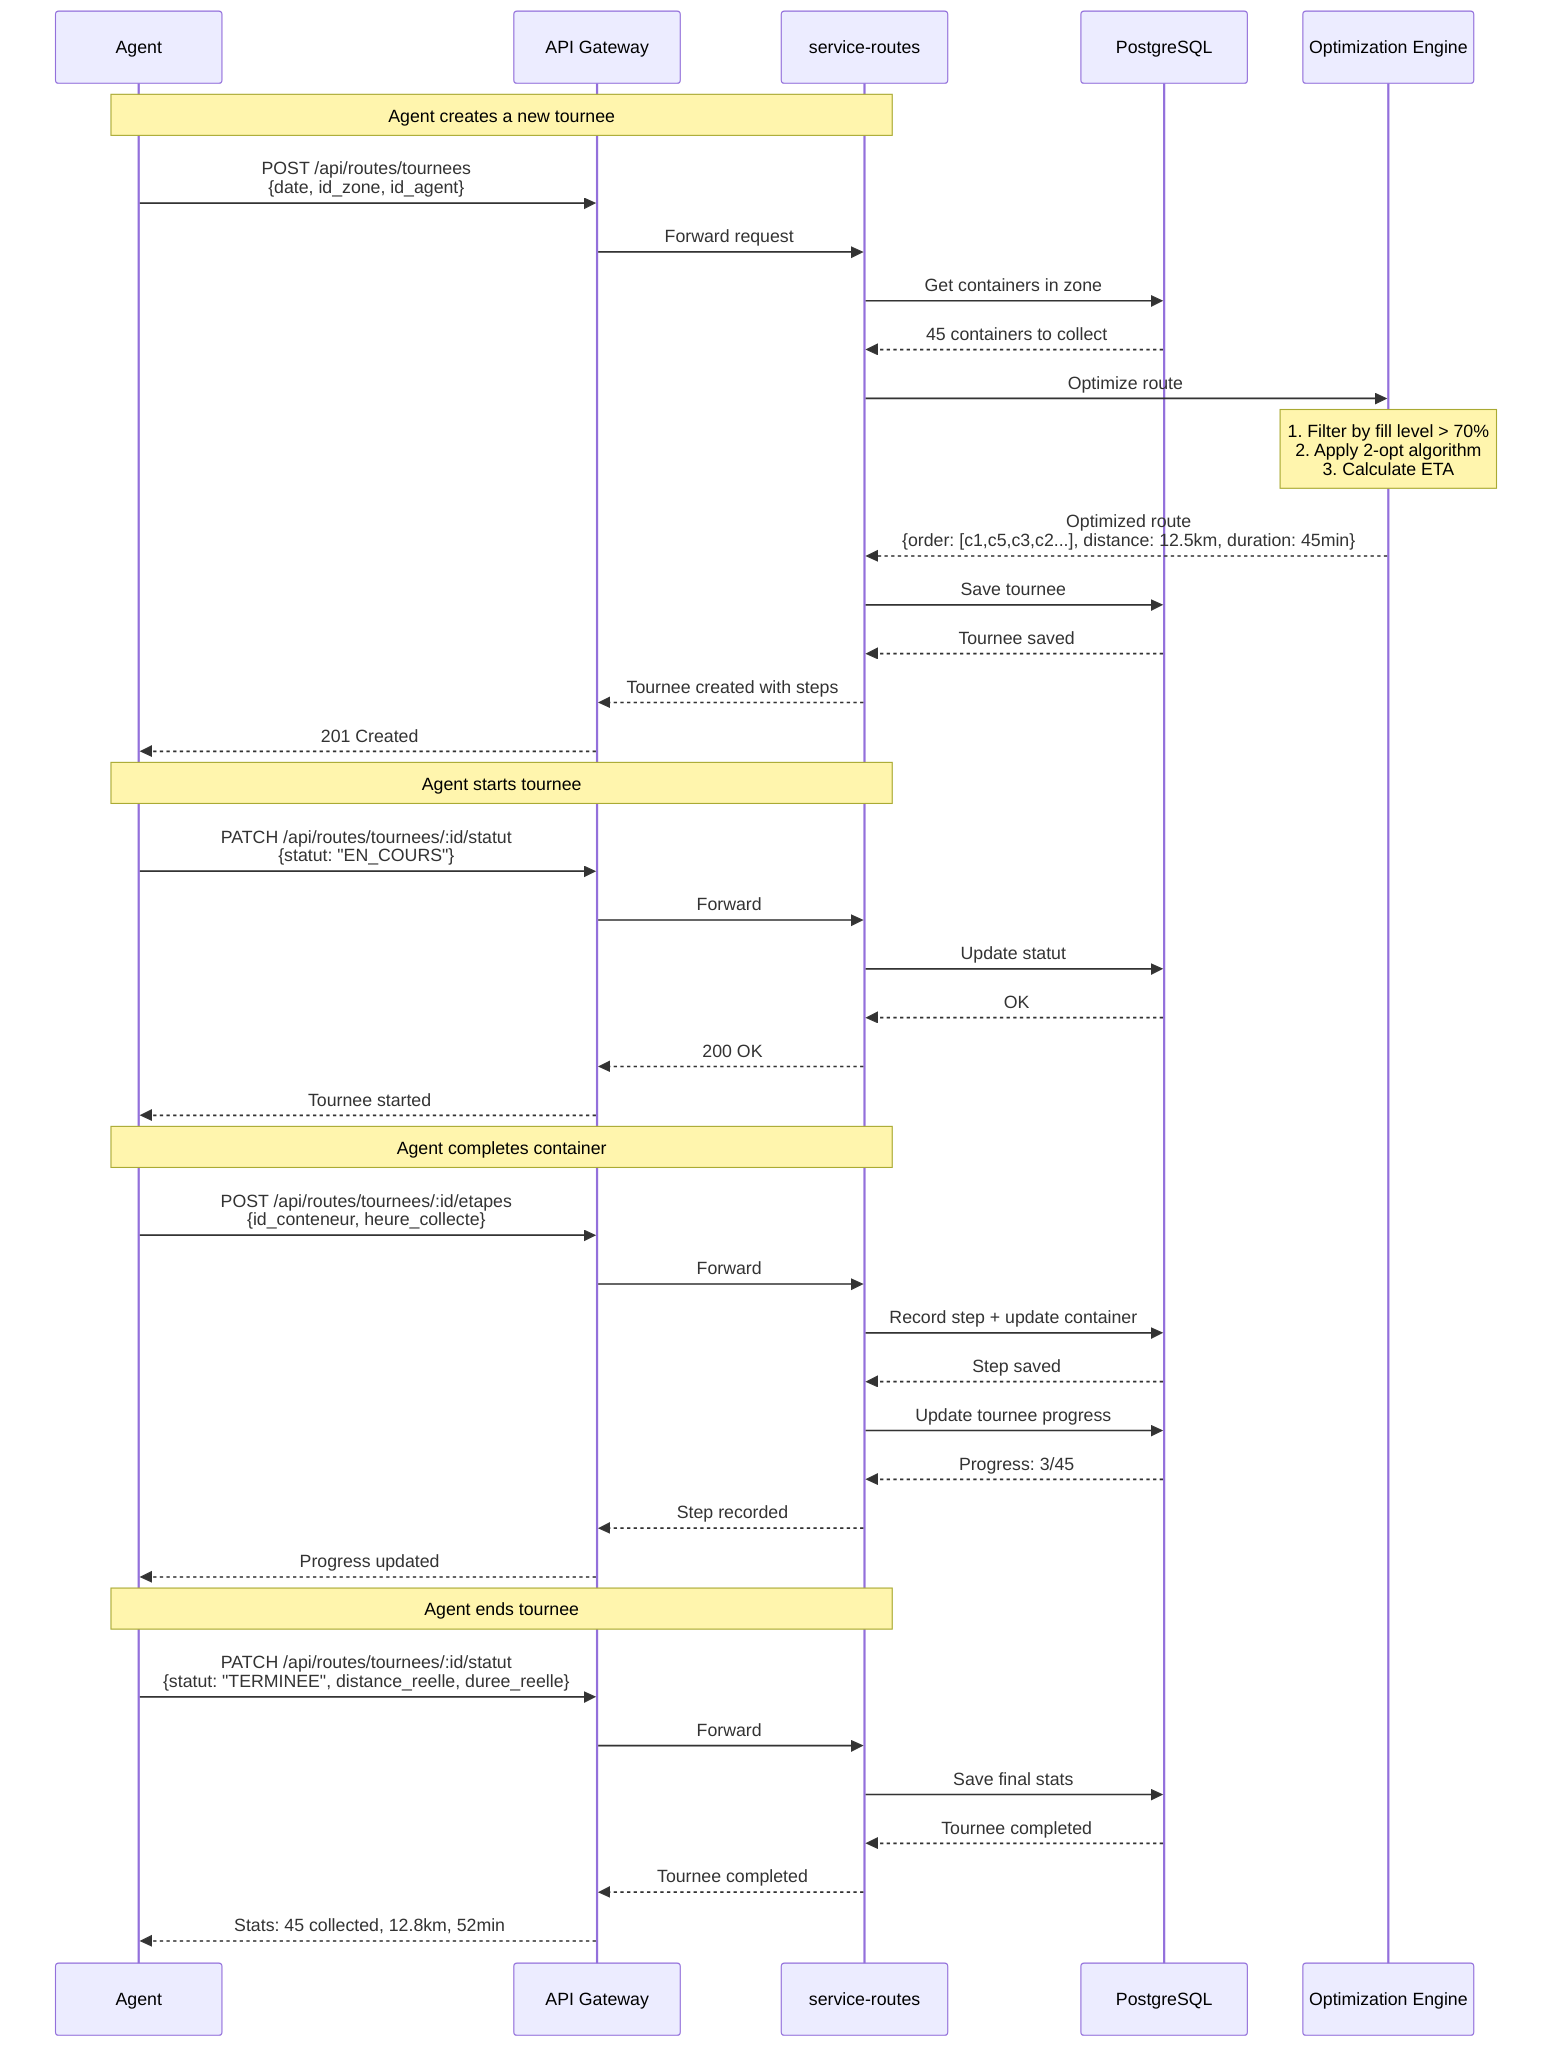
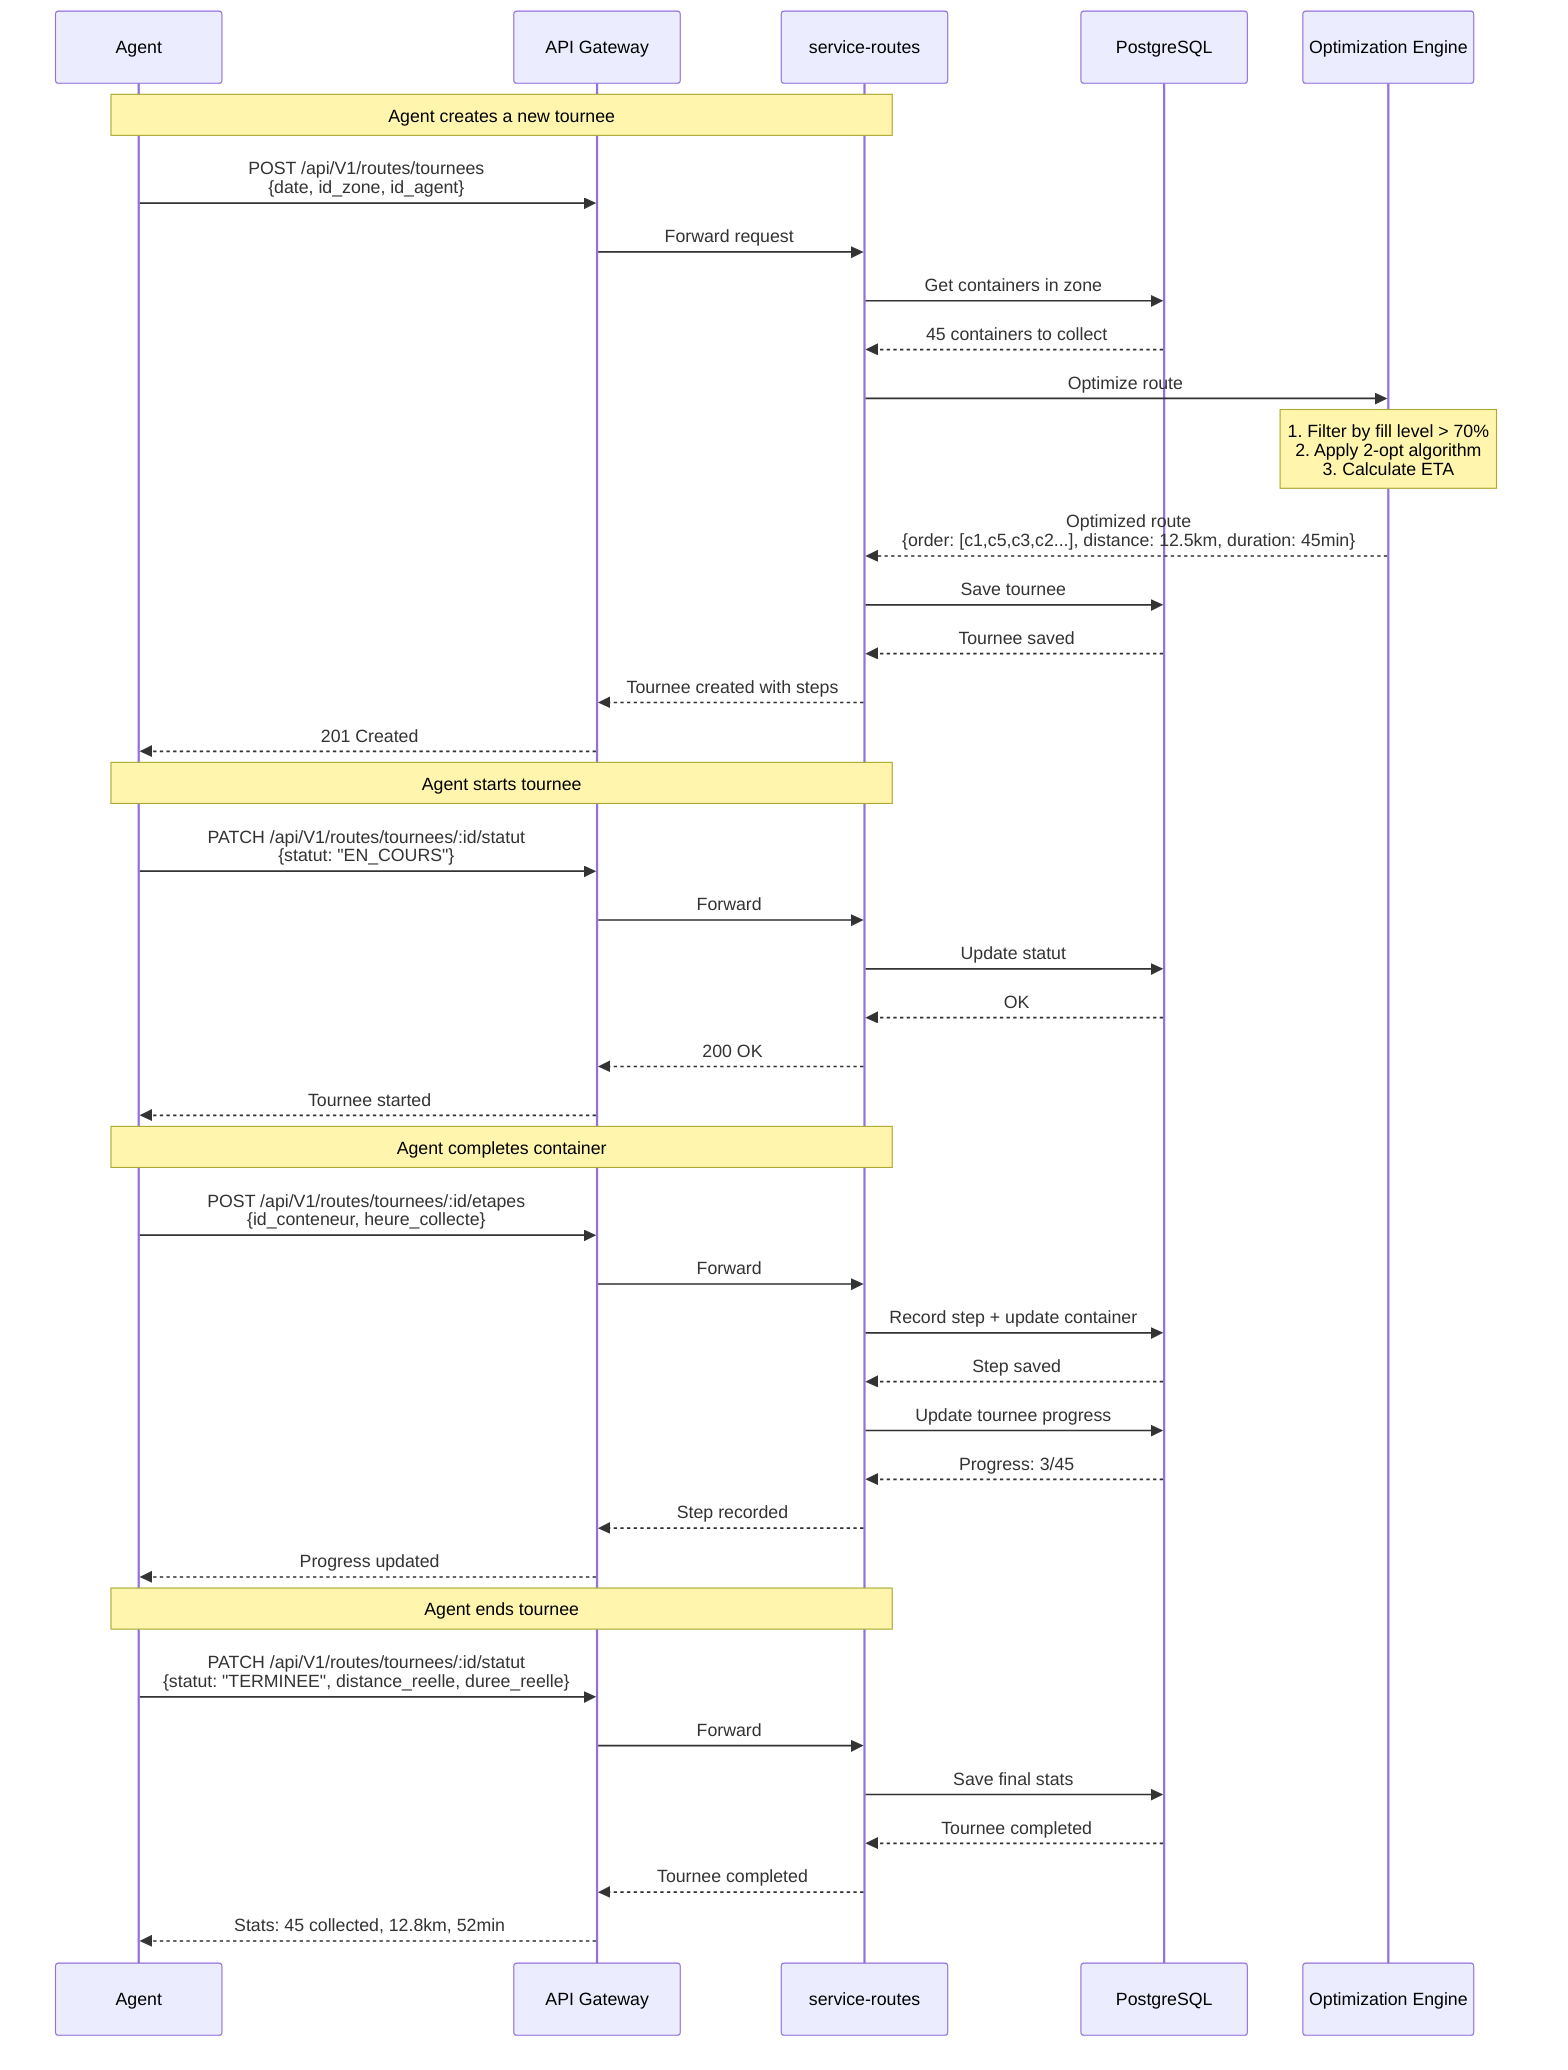
sequenceDiagram
    participant A as Agent
    participant G as API Gateway
    participant SvcRoutes as service-routes
    participant PG as PostgreSQL
    participant Algo as Optimization Engine

    Note over A,SvcRoutes: Agent creates a new tournee

-     A->>G: POST /api/routes/tournees<br/>{date, id_zone, id_agent}
+     A->>G: POST /api/V1/routes/tournees<br/>{date, id_zone, id_agent}
    G->>SvcRoutes: Forward request

    SvcRoutes->>PG: Get containers in zone
    PG-->>SvcRoutes: 45 containers to collect

    SvcRoutes->>Algo: Optimize route
    Note over Algo: 1. Filter by fill level > 70%<br/>2. Apply 2-opt algorithm<br/>3. Calculate ETA

    Algo-->>SvcRoutes: Optimized route<br/>{order: [c1,c5,c3,c2...], distance: 12.5km, duration: 45min}

    SvcRoutes->>PG: Save tournee
    PG-->>SvcRoutes: Tournee saved

    SvcRoutes-->>G: Tournee created with steps
    G-->>A: 201 Created

    Note over A,SvcRoutes: Agent starts tournee

-     A->>G: PATCH /api/routes/tournees/:id/statut<br/>{statut: "EN_COURS"}
+     A->>G: PATCH /api/V1/routes/tournees/:id/statut<br/>{statut: "EN_COURS"}
    G->>SvcRoutes: Forward

    SvcRoutes->>PG: Update statut
    PG-->>SvcRoutes: OK

    SvcRoutes-->>G: 200 OK
    G-->>A: Tournee started

    Note over A,SvcRoutes: Agent completes container

-     A->>G: POST /api/routes/tournees/:id/etapes<br/>{id_conteneur, heure_collecte}
+     A->>G: POST /api/V1/routes/tournees/:id/etapes<br/>{id_conteneur, heure_collecte}
    G->>SvcRoutes: Forward

    SvcRoutes->>PG: Record step + update container
    PG-->>SvcRoutes: Step saved

    SvcRoutes->>PG: Update tournee progress
    PG-->>SvcRoutes: Progress: 3/45

    SvcRoutes-->>G: Step recorded
    G-->>A: Progress updated

    Note over A,SvcRoutes: Agent ends tournee

-     A->>G: PATCH /api/routes/tournees/:id/statut<br/>{statut: "TERMINEE", distance_reelle, duree_reelle}
+     A->>G: PATCH /api/V1/routes/tournees/:id/statut<br/>{statut: "TERMINEE", distance_reelle, duree_reelle}
    G->>SvcRoutes: Forward

    SvcRoutes->>PG: Save final stats
    PG-->>SvcRoutes: Tournee completed

    SvcRoutes-->>G: Tournee completed
    G-->>A: Stats: 45 collected, 12.8km, 52min